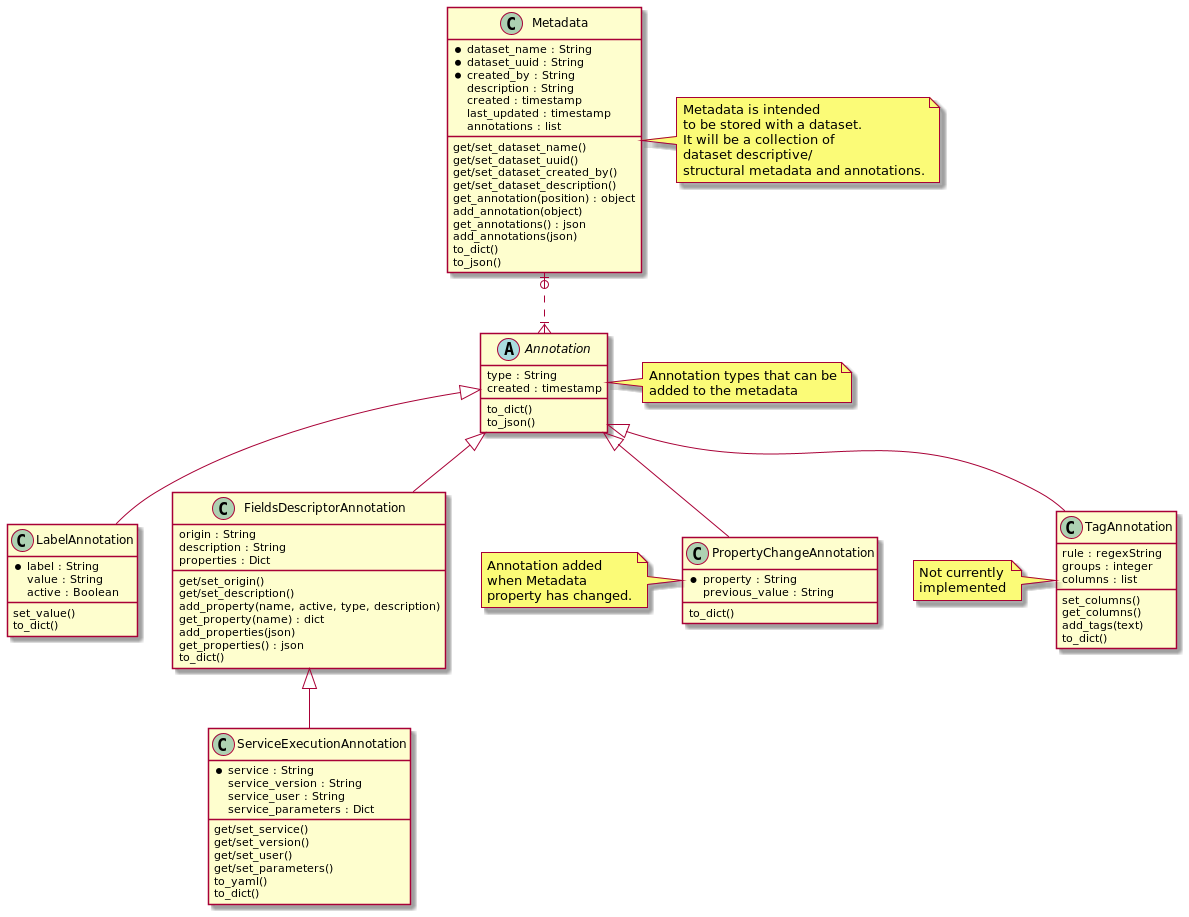
Before: docs/data-manager-metadata.png, a diagram exported from PlantUML (InformaticsMatters/squonk2-data-manager-metadata).
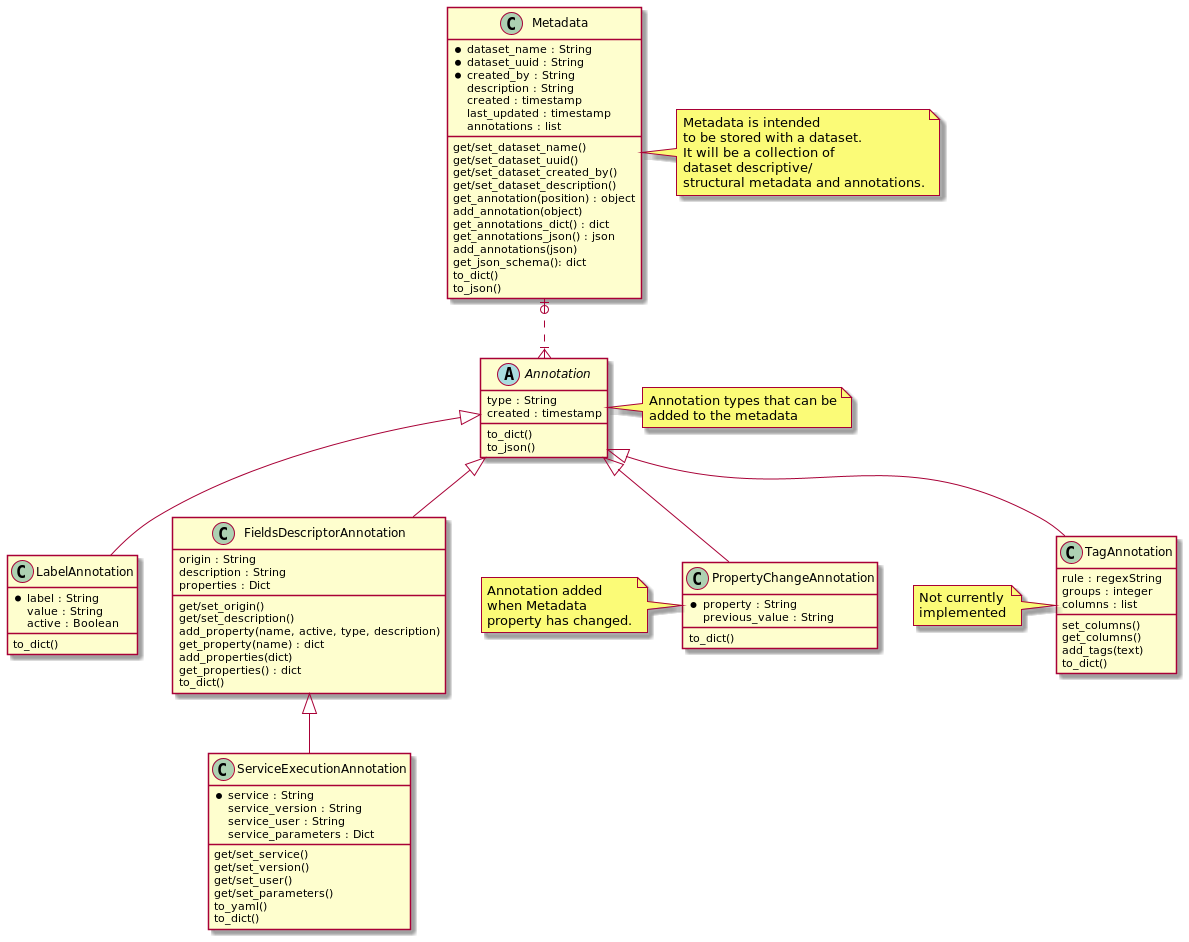
After the commit.

Commit message:
Add method to extract FieldsDescriptor as a Json schema.

What changed in the source:
```diff
@@ -13,8 +13,10 @@
     get/set_dataset_description()
     get_annotation(position) : object
     add_annotation(object)
-    get_annotations() : json
+    get_annotations_dict() : dict
+    get_annotations_json() : json
     add_annotations(json)
+    get_json_schema(): dict
     to_dict()
     to_json()
 }
@@ -39,7 +41,6 @@
     *label : String
     value : String
     active : Boolean
-    set_value()
     to_dict()
 }
 
@@ -62,8 +63,8 @@
     get/set_description()
     add_property(name, active, type, description)
     get_property(name) : dict
-    add_properties(json)
-    get_properties() : json
+    add_properties(dict)
+    get_properties() : dict
     to_dict()
 }
 
```
